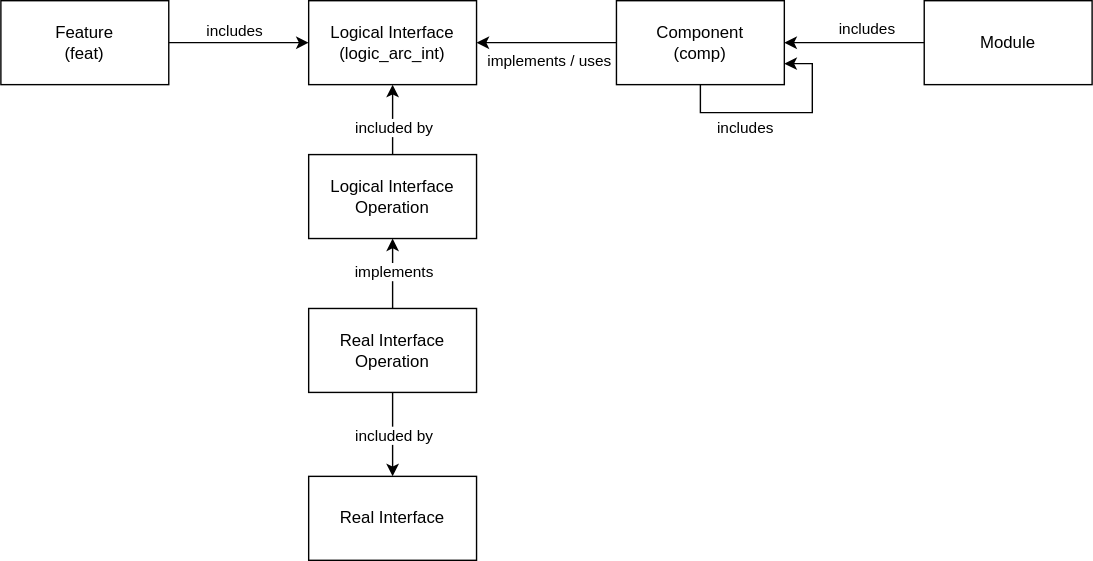
eclipse-score/process_description keeps this draw.io diagram as pr-545/_images/metamodel_architectural_design.drawio.svg. Above is the earlier version. Source tidied: cells renumbered, new cells last; positions are measured from the earlier drawing's top-left corner, leaving out a move shared by most shapes. Source of this version:
```xml
<mxGraphModel>
  <root>
    <mxCell id="0" />
    <mxCell id="1" parent="0" />
    <mxCell id="2" style="edgeStyle=orthogonalEdgeStyle;rounded=0;jettySize=auto;html=1;" parent="1" edge="1" source="4" target="7">
      <mxGeometry relative="1" as="geometry" />
    </mxCell>
    <mxCell id="3" value="includes" style="edgeLabel;html=1;align=center;verticalAlign=bottom;labelBackgroundColor=default;" parent="2" vertex="1">
      <mxGeometry x="0.3" y="-1" relative="1" as="geometry">
        <mxPoint x="-19" y="-1" as="offset" />
      </mxGeometry>
    </mxCell>
    <mxCell id="4" value="Feature&lt;br&gt;(feat)" style="rounded=0;whiteSpace=wrap;html=1;" parent="1" vertex="1">
      <mxGeometry width="120" height="60" as="geometry" />
    </mxCell>
    <mxCell id="5" style="edgeStyle=orthogonalEdgeStyle;rounded=0;jettySize=auto;html=1;startArrow=classic;startFill=1;endArrow=none;endFill=0;entryX=0.5;entryY=0;entryDx=0;entryDy=0;exitX=0.5;exitY=1;exitDx=0;exitDy=0;" parent="1" edge="1" source="7" target="8">
      <mxGeometry relative="1" as="geometry" />
    </mxCell>
    <mxCell id="6" value="included by" style="edgeLabel;html=1;align=center;verticalAlign=middle;labelBackgroundColor=default;" parent="5" vertex="1">
      <mxGeometry x="-0.03" y="5" relative="1" as="geometry">
        <mxPoint x="-5" y="6" as="offset" />
      </mxGeometry>
    </mxCell>
    <mxCell id="7" value="Logical Interface&lt;div&gt;(logic_arc_int)&lt;/div&gt;" style="rounded=0;whiteSpace=wrap;html=1;" parent="1" vertex="1">
      <mxGeometry x="220" width="120" height="60" as="geometry" />
    </mxCell>
    <mxCell id="8" value="Logical Interface&lt;br&gt;Operation" style="rounded=0;whiteSpace=wrap;html=1;" parent="1" vertex="1">
      <mxGeometry x="220" y="110" width="120" height="60" as="geometry" />
    </mxCell>
    <mxCell id="9" style="edgeStyle=orthogonalEdgeStyle;rounded=0;jettySize=auto;html=1;" parent="1" edge="1" source="11" target="8">
      <mxGeometry relative="1" as="geometry" />
    </mxCell>
    <mxCell id="10" value="implements" style="edgeLabel;html=1;align=center;verticalAlign=middle;" parent="9" vertex="1">
      <mxGeometry x="-0.12" y="5" relative="1" as="geometry">
        <mxPoint x="5" y="-5" as="offset" />
      </mxGeometry>
    </mxCell>
    <mxCell id="11" value="Real Interface&lt;br&gt;Operation" style="rounded=0;whiteSpace=wrap;html=1;" parent="1" vertex="1">
      <mxGeometry x="220" y="220" width="120" height="60" as="geometry" />
    </mxCell>
    <mxCell id="12" style="edgeStyle=orthogonalEdgeStyle;rounded=0;jettySize=auto;html=1;startArrow=classic;startFill=1;endArrow=none;endFill=0;" parent="1" edge="1" source="14" target="11">
      <mxGeometry relative="1" as="geometry" />
    </mxCell>
    <mxCell id="13" value="included by" style="edgeLabel;html=1;align=center;verticalAlign=middle;" parent="12" vertex="1">
      <mxGeometry x="0.27" y="-2" relative="1" as="geometry">
        <mxPoint x="-2" y="8" as="offset" />
      </mxGeometry>
    </mxCell>
    <mxCell id="14" value="Real Interface" style="rounded=0;whiteSpace=wrap;html=1;" parent="1" vertex="1">
      <mxGeometry x="220" y="340" width="120" height="60" as="geometry" />
    </mxCell>
    <mxCell id="15" style="edgeStyle=orthogonalEdgeStyle;rounded=0;jettySize=auto;html=1;entryX=1;entryY=0.5;entryDx=0;entryDy=0;" parent="1" edge="1" source="19" target="7">
      <mxGeometry relative="1" as="geometry" />
    </mxCell>
    <mxCell id="16" value="implements / uses" style="edgeLabel;html=1;align=center;verticalAlign=top;labelBackgroundColor=none;" parent="15" vertex="1">
      <mxGeometry x="0.08" y="1" relative="1" as="geometry">
        <mxPoint x="5" y="-1" as="offset" />
      </mxGeometry>
    </mxCell>
    <mxCell id="17" style="edgeStyle=orthogonalEdgeStyle;rounded=0;orthogonalLoop=1;jettySize=auto;html=1;exitX=0.5;exitY=1;exitDx=0;exitDy=0;entryX=1;entryY=0.75;entryDx=0;entryDy=0;" parent="1" edge="1" source="19" target="19">
      <mxGeometry relative="1" as="geometry" />
    </mxCell>
    <mxCell id="18" value="includes" style="edgeLabel;html=1;align=center;verticalAlign=middle;" parent="17" vertex="1">
      <mxGeometry x="-0.11" y="2" relative="1" as="geometry">
        <mxPoint x="-18" y="12" as="offset" />
      </mxGeometry>
    </mxCell>
    <mxCell id="19" value="Component&lt;div&gt;(comp)&lt;/div&gt;" style="rounded=0;whiteSpace=wrap;html=1;" parent="1" vertex="1">
      <mxGeometry x="440" width="120" height="60" as="geometry" />
    </mxCell>
    <mxCell id="20" style="edgeStyle=orthogonalEdgeStyle;rounded=0;jettySize=auto;html=1;" parent="1" edge="1" source="22" target="19">
      <mxGeometry relative="1" as="geometry" />
    </mxCell>
    <mxCell id="21" value="includes" style="edgeLabel;html=1;align=center;verticalAlign=bottom;" parent="20" vertex="1">
      <mxGeometry x="-0.15" y="-1" relative="1" as="geometry">
        <mxPoint y="-1" as="offset" />
      </mxGeometry>
    </mxCell>
    <mxCell id="22" value="Module" style="rounded=0;whiteSpace=wrap;html=1;" parent="1" vertex="1">
      <mxGeometry x="660" width="120" height="60" as="geometry" />
    </mxCell>
  </root>
</mxGraphModel>
```
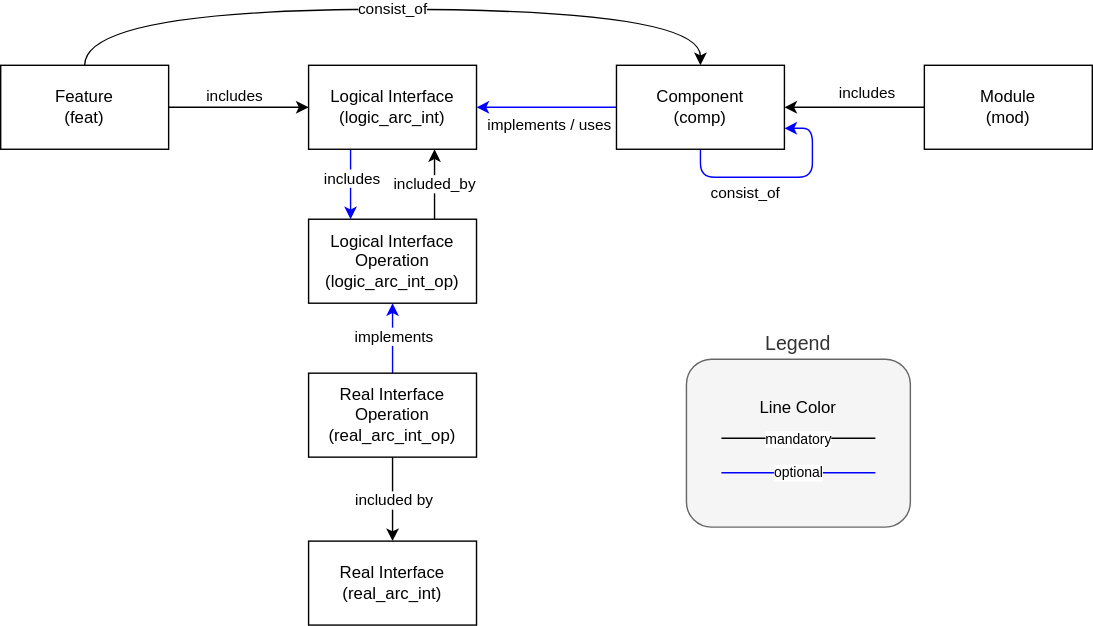
After the commit.

The edit, as a diff of the source:
```diff
@@ -10,24 +10,35 @@
         <mxPoint x="-19" y="-1" as="offset" />
       </mxGeometry>
     </mxCell>
+    <mxCell id="23" value="consist_of" style="edgeStyle=orthogonalEdgeStyle;html=1;exitX=0.5;exitY=0;exitDx=0;exitDy=0;entryX=0.5;entryY=0;entryDx=0;entryDy=0;curved=1;" parent="1" edge="1" source="4" target="19">
+      <mxGeometry relative="1" as="geometry">
+        <Array as="points">
+          <mxPoint x="60" y="-40" />
+          <mxPoint x="500" y="-40" />
+        </Array>
+      </mxGeometry>
+    </mxCell>
     <mxCell id="4" value="Feature&lt;br&gt;(feat)" style="rounded=0;whiteSpace=wrap;html=1;" parent="1" vertex="1">
       <mxGeometry width="120" height="60" as="geometry" />
     </mxCell>
-    <mxCell id="5" style="edgeStyle=orthogonalEdgeStyle;rounded=0;jettySize=auto;html=1;startArrow=classic;startFill=1;endArrow=none;endFill=0;entryX=0.5;entryY=0;entryDx=0;entryDy=0;exitX=0.5;exitY=1;exitDx=0;exitDy=0;" parent="1" edge="1" source="7" target="8">
+    <mxCell id="5" style="edgeStyle=orthogonalEdgeStyle;rounded=0;jettySize=auto;html=1;startArrow=none;startFill=0;endArrow=classic;endFill=1;entryX=0.25;entryY=0;entryDx=0;entryDy=0;exitX=0.25;exitY=1;exitDx=0;exitDy=0;strokeColor=#0000FF;" parent="1" edge="1" source="7" target="8">
       <mxGeometry relative="1" as="geometry" />
     </mxCell>
-    <mxCell id="6" value="included by" style="edgeLabel;html=1;align=center;verticalAlign=middle;labelBackgroundColor=default;" parent="5" vertex="1">
+    <mxCell id="6" value="includes" style="edgeLabel;html=1;align=center;verticalAlign=middle;labelBackgroundColor=default;" parent="5" vertex="1">
       <mxGeometry x="-0.03" y="5" relative="1" as="geometry">
-        <mxPoint x="-5" y="6" as="offset" />
+        <mxPoint x="-5" y="-4" as="offset" />
       </mxGeometry>
     </mxCell>
     <mxCell id="7" value="Logical Interface&lt;div&gt;(logic_arc_int)&lt;/div&gt;" style="rounded=0;whiteSpace=wrap;html=1;" parent="1" vertex="1">
       <mxGeometry x="220" width="120" height="60" as="geometry" />
     </mxCell>
+    <mxCell id="24" value="included_by" style="edgeStyle=none;html=1;exitX=0.75;exitY=0;exitDx=0;exitDy=0;entryX=0.75;entryY=1;entryDx=0;entryDy=0;" parent="1" edge="1" source="8" target="7">
+      <mxGeometry relative="1" as="geometry" />
+    </mxCell>
-    <mxCell id="8" value="Logical Interface&lt;br&gt;Operation" style="rounded=0;whiteSpace=wrap;html=1;" parent="1" vertex="1">
+    <mxCell id="8" value="Logical Interface&lt;br&gt;Operation&lt;br&gt;(logic_arc_int_op)" style="rounded=0;whiteSpace=wrap;html=1;" parent="1" vertex="1">
       <mxGeometry x="220" y="110" width="120" height="60" as="geometry" />
     </mxCell>
-    <mxCell id="9" style="edgeStyle=orthogonalEdgeStyle;rounded=0;jettySize=auto;html=1;" parent="1" edge="1" source="11" target="8">
+    <mxCell id="9" style="edgeStyle=orthogonalEdgeStyle;rounded=0;jettySize=auto;html=1;strokeColor=#0000FF;" parent="1" edge="1" source="11" target="8">
       <mxGeometry relative="1" as="geometry" />
     </mxCell>
     <mxCell id="10" value="implements" style="edgeLabel;html=1;align=center;verticalAlign=middle;" parent="9" vertex="1">
@@ -35,7 +46,7 @@
         <mxPoint x="5" y="-5" as="offset" />
       </mxGeometry>
     </mxCell>
-    <mxCell id="11" value="Real Interface&lt;br&gt;Operation" style="rounded=0;whiteSpace=wrap;html=1;" parent="1" vertex="1">
+    <mxCell id="11" value="Real Interface&lt;br&gt;Operation&lt;div&gt;(real_arc_int_op)&lt;/div&gt;" style="rounded=0;whiteSpace=wrap;html=1;" parent="1" vertex="1">
       <mxGeometry x="220" y="220" width="120" height="60" as="geometry" />
     </mxCell>
     <mxCell id="12" style="edgeStyle=orthogonalEdgeStyle;rounded=0;jettySize=auto;html=1;startArrow=classic;startFill=1;endArrow=none;endFill=0;" parent="1" edge="1" source="14" target="11">
@@ -46,10 +57,10 @@
         <mxPoint x="-2" y="8" as="offset" />
       </mxGeometry>
     </mxCell>
-    <mxCell id="14" value="Real Interface" style="rounded=0;whiteSpace=wrap;html=1;" parent="1" vertex="1">
+    <mxCell id="14" value="Real Interface&lt;div&gt;(real_arc_int)&lt;/div&gt;" style="rounded=0;whiteSpace=wrap;html=1;" parent="1" vertex="1">
       <mxGeometry x="220" y="340" width="120" height="60" as="geometry" />
     </mxCell>
-    <mxCell id="15" style="edgeStyle=orthogonalEdgeStyle;rounded=0;jettySize=auto;html=1;entryX=1;entryY=0.5;entryDx=0;entryDy=0;" parent="1" edge="1" source="19" target="7">
+    <mxCell id="15" style="edgeStyle=orthogonalEdgeStyle;rounded=0;jettySize=auto;html=1;entryX=1;entryY=0.5;entryDx=0;entryDy=0;strokeColor=#0000FF;" parent="1" edge="1" source="19" target="7">
       <mxGeometry relative="1" as="geometry" />
     </mxCell>
     <mxCell id="16" value="implements / uses" style="edgeLabel;html=1;align=center;verticalAlign=top;labelBackgroundColor=none;" parent="15" vertex="1">
@@ -57,10 +68,10 @@
         <mxPoint x="5" y="-1" as="offset" />
       </mxGeometry>
     </mxCell>
-    <mxCell id="17" style="edgeStyle=orthogonalEdgeStyle;rounded=0;orthogonalLoop=1;jettySize=auto;html=1;exitX=0.5;exitY=1;exitDx=0;exitDy=0;entryX=1;entryY=0.75;entryDx=0;entryDy=0;" parent="1" edge="1" source="19" target="19">
+    <mxCell id="17" style="edgeStyle=orthogonalEdgeStyle;rounded=1;orthogonalLoop=1;jettySize=auto;html=1;exitX=0.5;exitY=1;exitDx=0;exitDy=0;entryX=1;entryY=0.75;entryDx=0;entryDy=0;strokeColor=#0000FF;curved=0;" parent="1" edge="1" source="19" target="19">
       <mxGeometry relative="1" as="geometry" />
     </mxCell>
-    <mxCell id="18" value="includes" style="edgeLabel;html=1;align=center;verticalAlign=middle;" parent="17" vertex="1">
+    <mxCell id="18" value="consist_of" style="edgeLabel;html=1;align=center;verticalAlign=middle;" parent="17" vertex="1">
       <mxGeometry x="-0.11" y="2" relative="1" as="geometry">
         <mxPoint x="-18" y="12" as="offset" />
       </mxGeometry>
@@ -76,8 +87,26 @@
         <mxPoint y="-1" as="offset" />
       </mxGeometry>
     </mxCell>
-    <mxCell id="22" value="Module" style="rounded=0;whiteSpace=wrap;html=1;" parent="1" vertex="1">
+    <mxCell id="22" value="Module&lt;div&gt;(mod)&lt;/div&gt;" style="rounded=0;whiteSpace=wrap;html=1;" parent="1" vertex="1">
       <mxGeometry x="660" width="120" height="60" as="geometry" />
     </mxCell>
+    <mxCell id="25" value="Legend" style="rounded=1;whiteSpace=wrap;html=1;verticalAlign=bottom;labelPosition=center;verticalLabelPosition=top;align=center;fontSize=14;fillColor=#f5f5f5;fontColor=#333333;strokeColor=#666666;" parent="1" vertex="1">
+      <mxGeometry x="490" y="210" width="160" height="120" as="geometry" />
+    </mxCell>
+    <mxCell id="26" value="mandatory" style="endArrow=none;html=1;entryX=0.778;entryY=0.19;entryDx=0;entryDy=0;entryPerimeter=0;fontSize=10;" parent="1" edge="1">
+      <mxGeometry relative="1" as="geometry">
+        <mxPoint x="515" y="266.5" as="sourcePoint" />
+        <mxPoint x="625" y="266.5" as="targetPoint" />
+      </mxGeometry>
+    </mxCell>
+    <mxCell id="27" value="optional" style="endArrow=none;html=1;entryX=0.778;entryY=0.19;entryDx=0;entryDy=0;entryPerimeter=0;strokeColor=#0000FF;fontSize=10;" parent="1" edge="1">
+      <mxGeometry relative="1" as="geometry">
+        <mxPoint x="515" y="291.1" as="sourcePoint" />
+        <mxPoint x="625" y="291.1" as="targetPoint" />
+      </mxGeometry>
+    </mxCell>
+    <mxCell id="28" value="Line Color" style="text;html=1;align=center;verticalAlign=middle;whiteSpace=wrap;rounded=0;fontSize=12;" parent="1" vertex="1">
+      <mxGeometry x="540" y="230" width="60" height="30" as="geometry" />
+    </mxCell>
   </root>
 </mxGraphModel>
```
